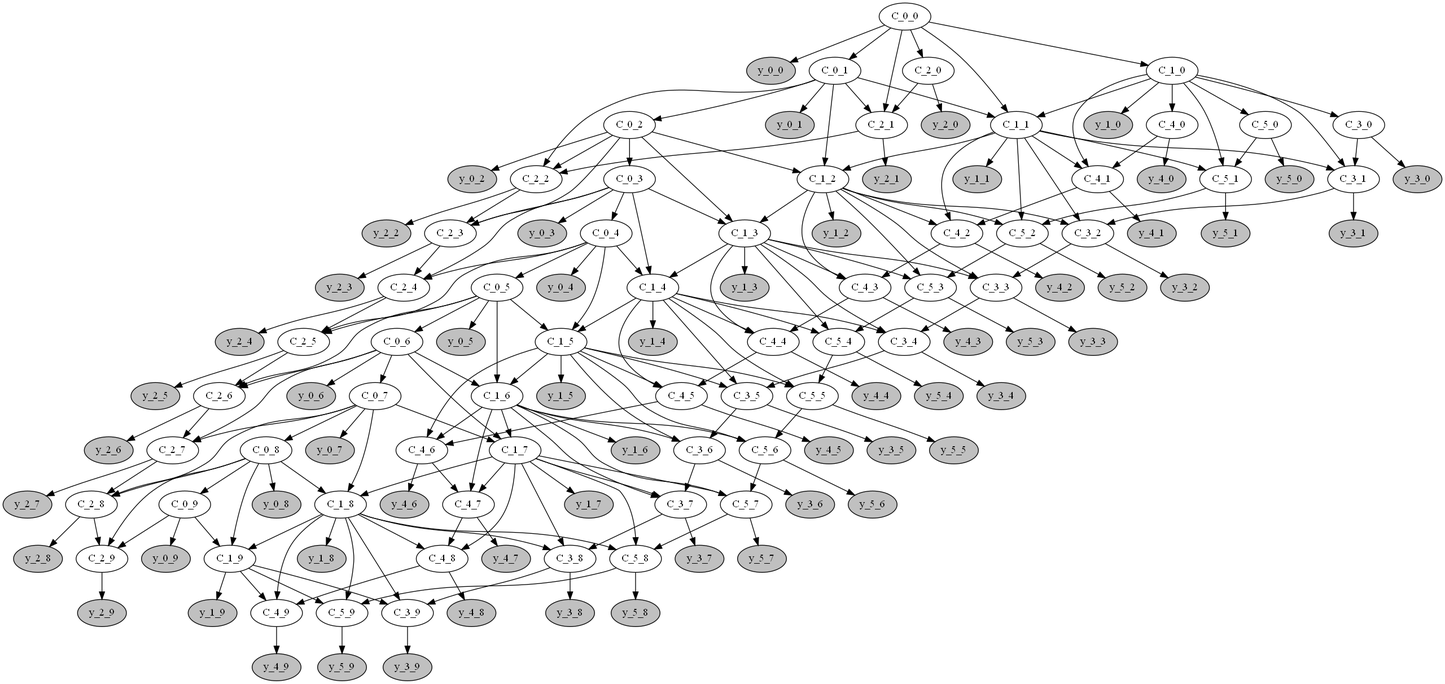
Before: fig/graph.png, a diagram exported from Graphviz (Lagergren-Lab/victree). Its source is kept beside it as fig/graph.gv.
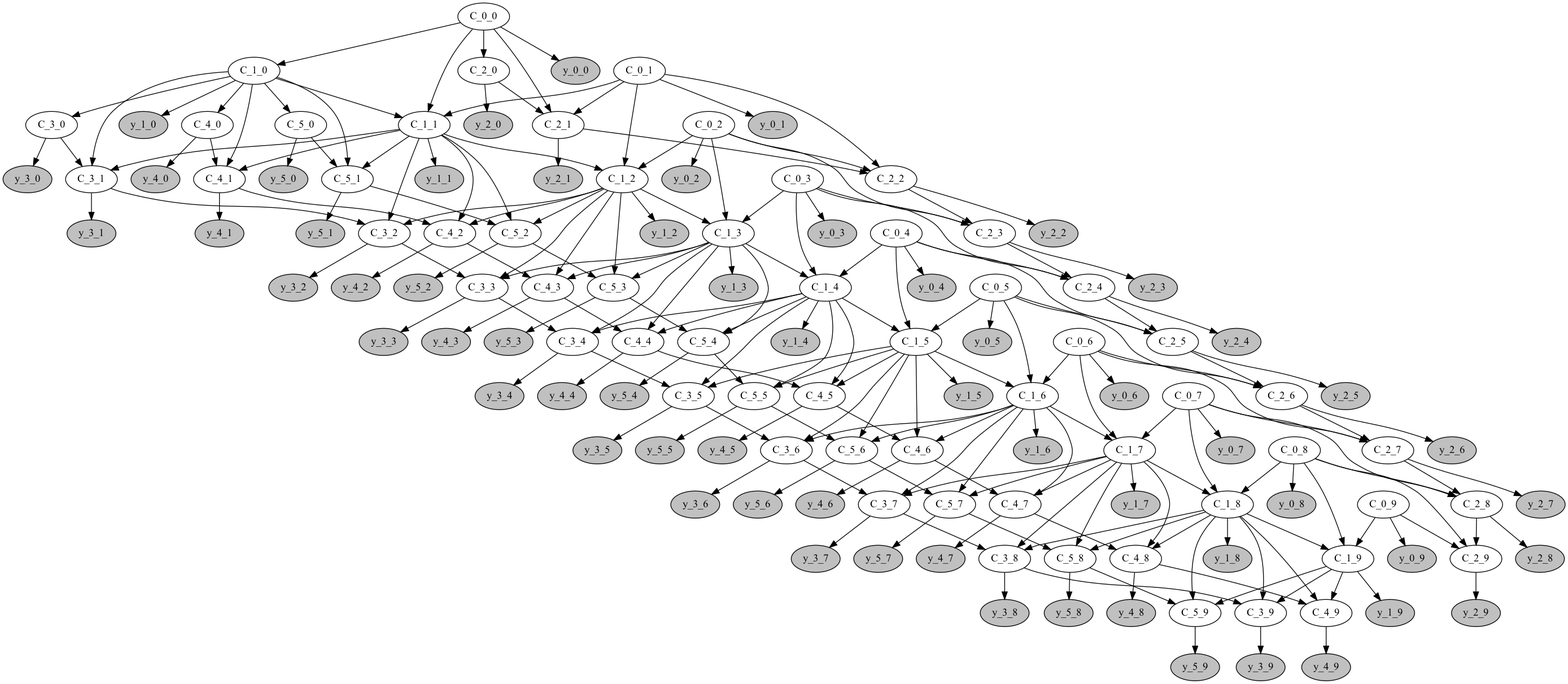
After the commit.

The edit, as a diff of the source:
```diff
@@ -120,99 +120,90 @@
 	C_2_9 [label=C_2_9 fillcolor=white shape=ellipse style=filled]
 	y_2_9 [label=y_2_9 fillcolor=grey shape=ellipse style=filled]
 	C_0_0 -> y_0_0
-	C_0_0 -> C_0_1
 	C_0_1 -> y_0_1
-	C_0_1 -> C_0_2
 	C_0_2 -> y_0_2
-	C_0_2 -> C_0_3
 	C_0_3 -> y_0_3
-	C_0_3 -> C_0_4
 	C_0_4 -> y_0_4
-	C_0_4 -> C_0_5
 	C_0_5 -> y_0_5
-	C_0_5 -> C_0_6
 	C_0_6 -> y_0_6
-	C_0_6 -> C_0_7
 	C_0_7 -> y_0_7
-	C_0_7 -> C_0_8
 	C_0_8 -> y_0_8
-	C_0_8 -> C_0_9
 	C_0_9 -> y_0_9
 	C_0_0 -> C_1_0
 	C_1_0 -> y_1_0
+	C_0_0 -> C_1_1
 	C_0_1 -> C_1_1
-	C_0_0 -> C_1_1
 	C_1_0 -> C_1_1
 	C_1_1 -> y_1_1
+	C_0_2 -> C_1_2
 	C_0_1 -> C_1_2
 	C_1_1 -> C_1_2
-	C_0_2 -> C_1_2
 	C_1_2 -> y_1_2
+	C_0_3 -> C_1_3
 	C_1_2 -> C_1_3
-	C_0_3 -> C_1_3
 	C_0_2 -> C_1_3
 	C_1_3 -> y_1_3
+	C_0_3 -> C_1_4
 	C_0_4 -> C_1_4
 	C_1_3 -> C_1_4
-	C_0_3 -> C_1_4
 	C_1_4 -> y_1_4
 	C_0_4 -> C_1_5
+	C_0_5 -> C_1_5
 	C_1_4 -> C_1_5
-	C_0_5 -> C_1_5
 	C_1_5 -> y_1_5
 	C_0_6 -> C_1_6
+	C_0_5 -> C_1_6
 	C_1_5 -> C_1_6
-	C_0_5 -> C_1_6
 	C_1_6 -> y_1_6
 	C_0_6 -> C_1_7
 	C_1_6 -> C_1_7
 	C_0_7 -> C_1_7
 	C_1_7 -> y_1_7
-	C_0_7 -> C_1_8
 	C_1_7 -> C_1_8
 	C_0_8 -> C_1_8
+	C_0_7 -> C_1_8
 	C_1_8 -> y_1_8
 	C_0_9 -> C_1_9
+	C_0_8 -> C_1_9
 	C_1_8 -> C_1_9
-	C_0_8 -> C_1_9
 	C_1_9 -> y_1_9
 	C_1_0 -> C_3_0
 	C_3_0 -> y_3_0
+	C_3_0 -> C_3_1
 	C_1_0 -> C_3_1
 	C_1_1 -> C_3_1
-	C_3_0 -> C_3_1
 	C_3_1 -> y_3_1
 	C_1_2 -> C_3_2
+	C_1_1 -> C_3_2
 	C_3_1 -> C_3_2
-	C_1_1 -> C_3_2
 	C_3_2 -> y_3_2
+	C_1_2 -> C_3_3
 	C_1_3 -> C_3_3
-	C_1_2 -> C_3_3
 	C_3_2 -> C_3_3
 	C_3_3 -> y_3_3
+	C_1_3 -> C_3_4
 	C_3_3 -> C_3_4
 	C_1_4 -> C_3_4
-	C_1_3 -> C_3_4
 	C_3_4 -> y_3_4
+	C_3_4 -> C_3_5
+	C_1_5 -> C_3_5
 	C_1_4 -> C_3_5
-	C_1_5 -> C_3_5
-	C_3_4 -> C_3_5
 	C_3_5 -> y_3_5
+	C_1_6 -> C_3_6
 	C_3_5 -> C_3_6
 	C_1_5 -> C_3_6
-	C_1_6 -> C_3_6
 	C_3_6 -> y_3_6
+	C_1_7 -> C_3_7
+	C_1_6 -> C_3_7
 	C_3_6 -> C_3_7
-	C_1_6 -> C_3_7
-	C_1_7 -> C_3_7
 	C_3_7 -> y_3_7
+	C_1_7 -> C_3_8
 	C_3_7 -> C_3_8
-	C_1_7 -> C_3_8
 	C_1_8 -> C_3_8
 	C_3_8 -> y_3_8
-	C_1_8 -> C_3_9
 	C_3_8 -> C_3_9
 	C_1_9 -> C_3_9
+	C_1_8 -> C_3_9
 	C_3_9 -> y_3_9
 	C_1_0 -> C_4_0
 	C_4_0 -> y_4_0
@@ -221,36 +212,36 @@
 	C_1_1 -> C_4_1
 	C_4_1 -> y_4_1
 	C_1_2 -> C_4_2
+	C_4_1 -> C_4_2
 	C_1_1 -> C_4_2
-	C_4_1 -> C_4_2
 	C_4_2 -> y_4_2
-	C_1_3 -> C_4_3
 	C_4_2 -> C_4_3
 	C_1_2 -> C_4_3
+	C_1_3 -> C_4_3
 	C_4_3 -> y_4_3
+	C_1_3 -> C_4_4
 	C_4_3 -> C_4_4
 	C_1_4 -> C_4_4
-	C_1_3 -> C_4_4
 	C_4_4 -> y_4_4
+	C_4_4 -> C_4_5
 	C_1_5 -> C_4_5
 	C_1_4 -> C_4_5
-	C_4_4 -> C_4_5
 	C_4_5 -> y_4_5
+	C_1_6 -> C_4_6
 	C_4_5 -> C_4_6
 	C_1_5 -> C_4_6
-	C_1_6 -> C_4_6
 	C_4_6 -> y_4_6
-	C_4_6 -> C_4_7
 	C_1_7 -> C_4_7
 	C_1_6 -> C_4_7
+	C_4_6 -> C_4_7
 	C_4_7 -> y_4_7
 	C_1_7 -> C_4_8
+	C_4_7 -> C_4_8
 	C_1_8 -> C_4_8
-	C_4_7 -> C_4_8
 	C_4_8 -> y_4_8
+	C_4_8 -> C_4_9
+	C_1_9 -> C_4_9
 	C_1_8 -> C_4_9
-	C_1_9 -> C_4_9
-	C_4_8 -> C_4_9
 	C_4_9 -> y_4_9
 	C_1_0 -> C_5_0
 	C_5_0 -> y_5_0
@@ -258,37 +249,37 @@
 	C_1_1 -> C_5_1
 	C_5_0 -> C_5_1
 	C_5_1 -> y_5_1
+	C_5_1 -> C_5_2
 	C_1_2 -> C_5_2
-	C_5_1 -> C_5_2
 	C_1_1 -> C_5_2
 	C_5_2 -> y_5_2
+	C_1_2 -> C_5_3
 	C_1_3 -> C_5_3
-	C_1_2 -> C_5_3
 	C_5_2 -> C_5_3
 	C_5_3 -> y_5_3
 	C_5_3 -> C_5_4
+	C_1_3 -> C_5_4
 	C_1_4 -> C_5_4
-	C_1_3 -> C_5_4
 	C_5_4 -> y_5_4
+	C_5_4 -> C_5_5
 	C_1_5 -> C_5_5
 	C_1_4 -> C_5_5
-	C_5_4 -> C_5_5
 	C_5_5 -> y_5_5
 	C_1_6 -> C_5_6
+	C_5_5 -> C_5_6
 	C_1_5 -> C_5_6
-	C_5_5 -> C_5_6
 	C_5_6 -> y_5_6
-	C_1_6 -> C_5_7
 	C_1_7 -> C_5_7
 	C_5_6 -> C_5_7
+	C_1_6 -> C_5_7
 	C_5_7 -> y_5_7
 	C_1_7 -> C_5_8
 	C_5_7 -> C_5_8
 	C_1_8 -> C_5_8
 	C_5_8 -> y_5_8
+	C_5_8 -> C_5_9
+	C_1_9 -> C_5_9
 	C_1_8 -> C_5_9
-	C_1_9 -> C_5_9
-	C_5_8 -> C_5_9
 	C_5_9 -> y_5_9
 	C_0_0 -> C_2_0
 	C_2_0 -> y_2_0
@@ -296,16 +287,16 @@
 	C_0_1 -> C_2_1
 	C_2_0 -> C_2_1
 	C_2_1 -> y_2_1
+	C_0_1 -> C_2_2
 	C_2_1 -> C_2_2
-	C_0_1 -> C_2_2
 	C_0_2 -> C_2_2
 	C_2_2 -> y_2_2
+	C_2_2 -> C_2_3
 	C_0_3 -> C_2_3
-	C_2_2 -> C_2_3
 	C_0_2 -> C_2_3
 	C_2_3 -> y_2_3
+	C_0_3 -> C_2_4
 	C_0_4 -> C_2_4
-	C_0_3 -> C_2_4
 	C_2_3 -> C_2_4
 	C_2_4 -> y_2_4
 	C_0_4 -> C_2_5
@@ -313,19 +304,19 @@
 	C_2_4 -> C_2_5
 	C_2_5 -> y_2_5
 	C_0_6 -> C_2_6
+	C_2_5 -> C_2_6
 	C_0_5 -> C_2_6
-	C_2_5 -> C_2_6
 	C_2_6 -> y_2_6
 	C_0_6 -> C_2_7
+	C_2_6 -> C_2_7
 	C_0_7 -> C_2_7
-	C_2_6 -> C_2_7
 	C_2_7 -> y_2_7
 	C_2_7 -> C_2_8
+	C_0_8 -> C_2_8
 	C_0_7 -> C_2_8
-	C_0_8 -> C_2_8
 	C_2_8 -> y_2_8
+	C_2_8 -> C_2_9
 	C_0_9 -> C_2_9
-	C_2_8 -> C_2_9
 	C_0_8 -> C_2_9
 	C_2_9 -> y_2_9
 }
```
